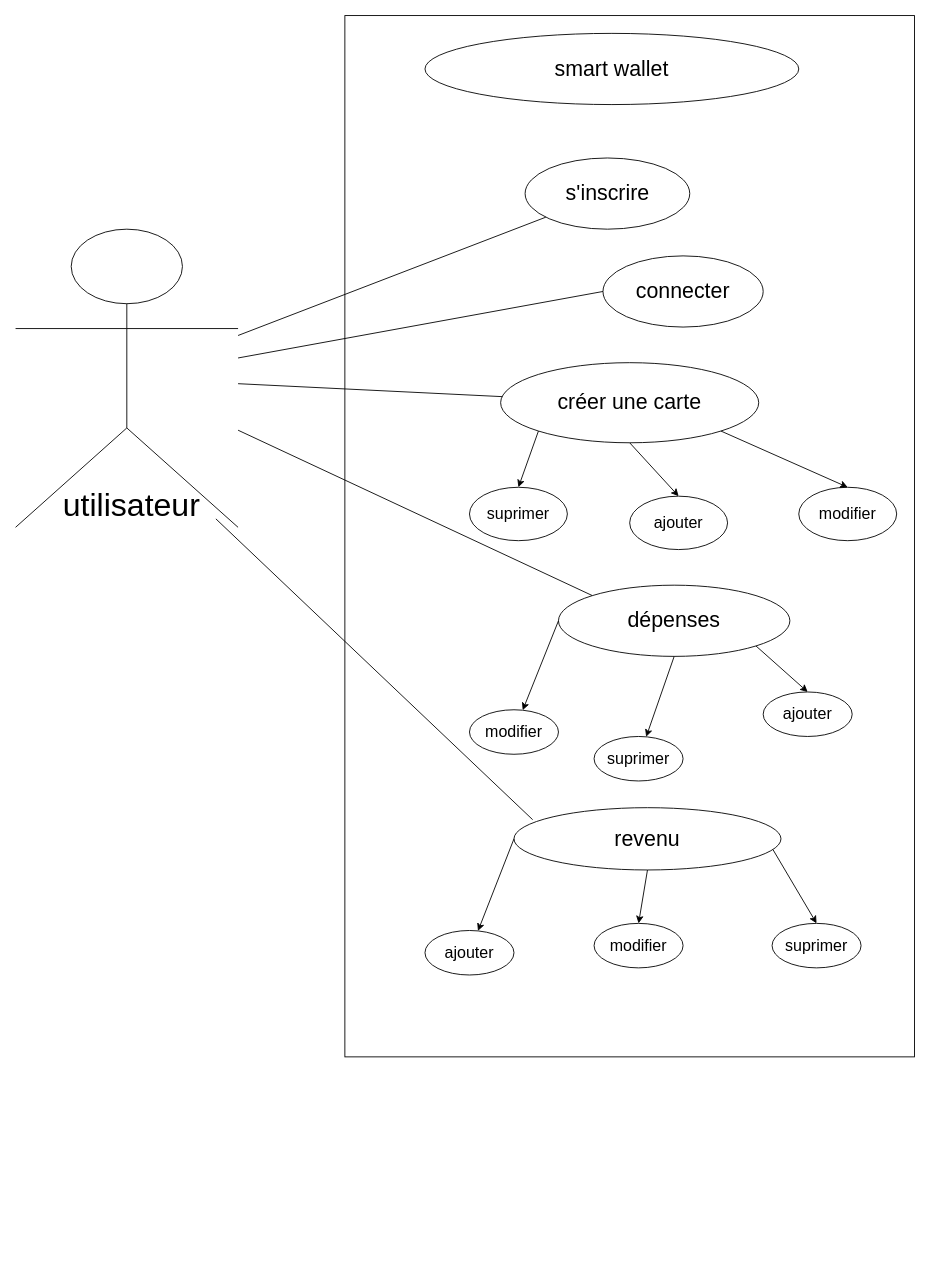
khaoula-khaldi/breif_8 keeps this draw.io diagram as diagramme_de_cas_d'utilisation.drawio. Above is the earlier version. Source tidied: cells renumbered, new cells numbered last; positions are measured from the earlier drawing's top-left corner, leaving out a move shared by most shapes. Both pictures are drawn from the tidied source at 89%, with x=0, y=0 at pixel (15, 15).
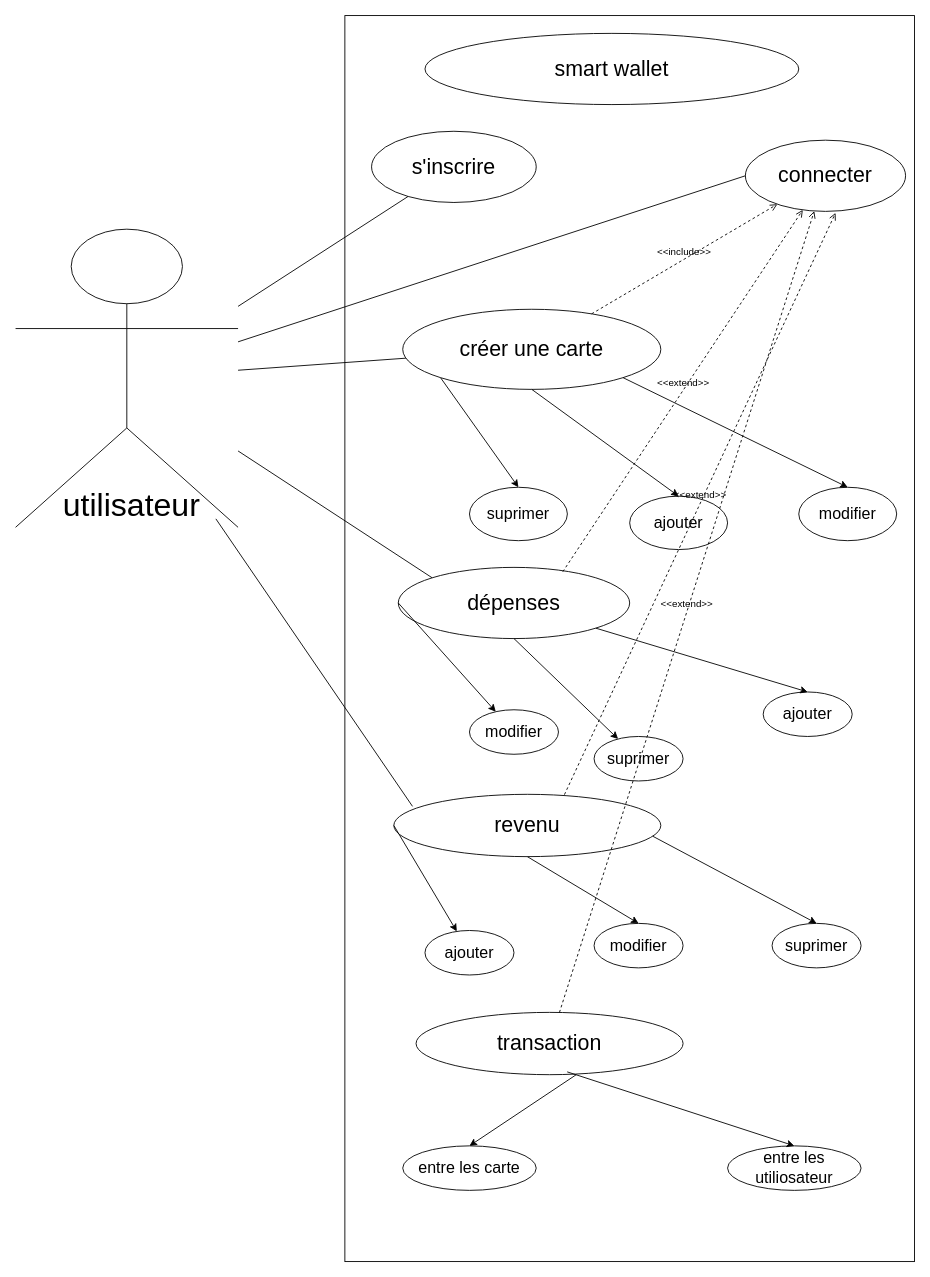
The same diagram, later.

The edit, as a diff of the source:
```diff
@@
     <mxCell id="2" style="rounded=0;whiteSpace=wrap;html=1;" parent="1" vertex="1">
-      <mxGeometry x="370" width="640" height="1170" as="geometry" />
+      <mxGeometry x="370" width="640" height="1400" as="geometry" />
     </mxCell>
@@
     <mxCell id="7" value="&lt;font style=&quot;font-size: 24px;&quot;&gt;créer une carte&lt;/font&gt;" style="ellipse;whiteSpace=wrap;html=1;" parent="1" vertex="1">
-      <mxGeometry x="545" y="390" width="290" height="90" as="geometry" />
+      <mxGeometry x="435" y="330" width="290" height="90" as="geometry" />
     </mxCell>
@@
     <mxCell id="11" value="&lt;font style=&quot;font-size: 24px;&quot;&gt;s'inscrire&lt;/font&gt;" style="ellipse;whiteSpace=wrap;html=1;" parent="1" vertex="1">
-      <mxGeometry x="572.5" y="160" width="185" height="80" as="geometry" />
+      <mxGeometry x="400" y="130" width="185" height="80" as="geometry" />
     </mxCell>
     <mxCell id="12" value="&lt;font style=&quot;font-size: 24px;&quot;&gt;revenu&lt;/font&gt;" style="ellipse;whiteSpace=wrap;html=1;" parent="1" vertex="1">
-      <mxGeometry x="560" y="890" width="300" height="70" as="geometry" />
+      <mxGeometry x="425" y="875" width="300" height="70" as="geometry" />
     </mxCell>
@@
     <mxCell id="16" value="&lt;font style=&quot;font-size: 24px;&quot;&gt;connecter&lt;/font&gt;" style="ellipse;whiteSpace=wrap;html=1;" parent="1" vertex="1">
-      <mxGeometry x="660" y="270" width="180" height="80" as="geometry" />
+      <mxGeometry x="820" y="140" width="180" height="80" as="geometry" />
     </mxCell>
@@
     <mxCell id="18" value="&lt;font style=&quot;font-size: 24px;&quot;&gt;dépenses&lt;/font&gt;" style="ellipse;whiteSpace=wrap;html=1;" parent="1" vertex="1">
-      <mxGeometry x="610" y="640" width="260" height="80" as="geometry" />
+      <mxGeometry x="430" y="620" width="260" height="80" as="geometry" />
     </mxCell>
@@
+    <mxCell id="34" value="&amp;lt;&amp;lt;include&amp;gt;&amp;gt;" style="html=1;verticalAlign=bottom;labelBackgroundColor=none;endArrow=open;endFill=0;dashed=1;" parent="1" edge="1" source="7" target="16">
+      <mxGeometry relative="1" as="geometry" />
+    </mxCell>
+    <mxCell id="35" value="&lt;font style=&quot;font-size: 24px;&quot;&gt;transaction&lt;/font&gt;" style="ellipse;whiteSpace=wrap;html=1;" parent="1" vertex="1">
+      <mxGeometry x="450" y="1120" width="300" height="70" as="geometry" />
+    </mxCell>
+    <mxCell id="36" value="&lt;font style=&quot;font-size: 18px;&quot;&gt;entre les utiliosateur&lt;/font&gt;" style="ellipse;whiteSpace=wrap;html=1;" parent="1" vertex="1">
+      <mxGeometry x="800" y="1270" width="150" height="50" as="geometry" />
+    </mxCell>
+    <mxCell id="37" value="&lt;font style=&quot;font-size: 18px;&quot;&gt;entre les carte&lt;/font&gt;" style="ellipse;whiteSpace=wrap;html=1;" parent="1" vertex="1">
+      <mxGeometry x="435" y="1270" width="150" height="50" as="geometry" />
+    </mxCell>
+    <mxCell id="38" style="endArrow=classic;html=1;exitX=0.566;exitY=0.955;exitDx=0;exitDy=0;exitPerimeter=0;entryX=0.5;entryY=0;entryDx=0;entryDy=0;" parent="1" edge="1" source="35" target="36">
+      <mxGeometry relative="1" as="geometry" />
+    </mxCell>
+    <mxCell id="39" style="endArrow=classic;html=1;entryX=0.5;entryY=0;entryDx=0;entryDy=0;" parent="1" edge="1" target="37">
+      <mxGeometry relative="1" as="geometry">
+        <mxPoint x="630" y="1190" as="sourcePoint" />
+      </mxGeometry>
+    </mxCell>
+    <mxCell id="40" value="&amp;lt;&amp;lt;extend&amp;gt;&amp;gt;" style="html=1;verticalAlign=bottom;labelBackgroundColor=none;endArrow=open;endFill=0;dashed=1;" parent="1" edge="1" source="35" target="16">
+      <mxGeometry relative="1" as="geometry" />
+    </mxCell>
+    <mxCell id="41" value="&amp;lt;&amp;lt;extend&amp;gt;&amp;gt;" style="html=1;verticalAlign=bottom;labelBackgroundColor=none;endArrow=open;endFill=0;dashed=1;entryX=0.563;entryY=1.021;entryDx=0;entryDy=0;entryPerimeter=0;exitX=0.639;exitY=0.005;exitDx=0;exitDy=0;exitPerimeter=0;" parent="1" edge="1" source="12" target="16">
+      <mxGeometry relative="1" as="geometry" />
+    </mxCell>
+    <mxCell id="42" value="&amp;lt;&amp;lt;extend&amp;gt;&amp;gt;" style="html=1;verticalAlign=bottom;labelBackgroundColor=none;endArrow=open;endFill=0;dashed=1;exitX=0.711;exitY=0.061;exitDx=0;exitDy=0;exitPerimeter=0;" parent="1" edge="1" source="18" target="16">
+      <mxGeometry relative="1" as="geometry" />
+    </mxCell>
```
